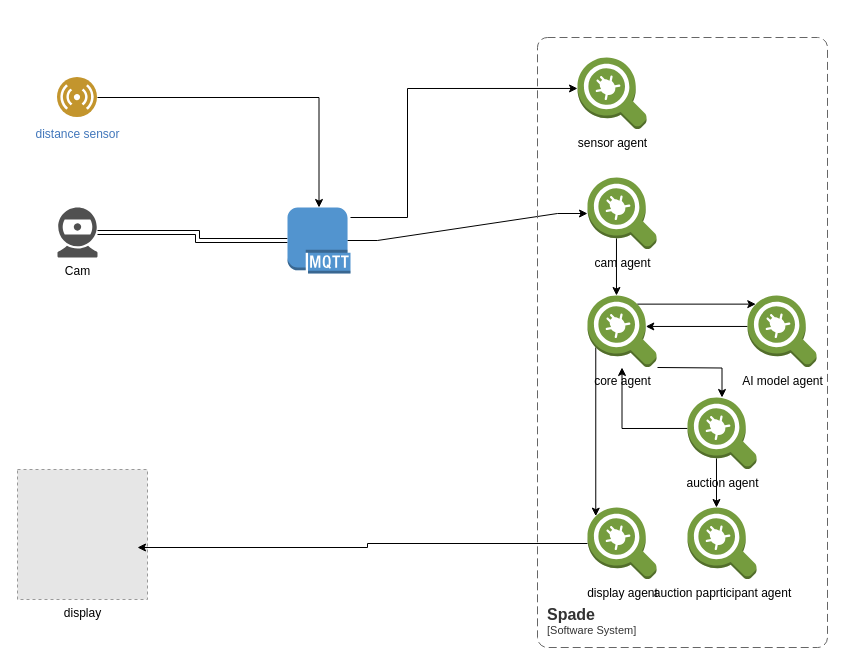
Earlier version of the draw.io diagram indoormedia.drawio (Summorox/Indoor-Media-Advertisements-through-Facial-Recognition-). Source tidied: cells renumbered, new cells numbered last; positions are measured from the earlier drawing's top-left corner, leaving out a move shared by most shapes. Both pictures are drawn from the tidied source at 100%, with x=0, y=0 at pixel (17, 37). Pictures stored in the file or linked from it are replaced by grey dashed boxes.
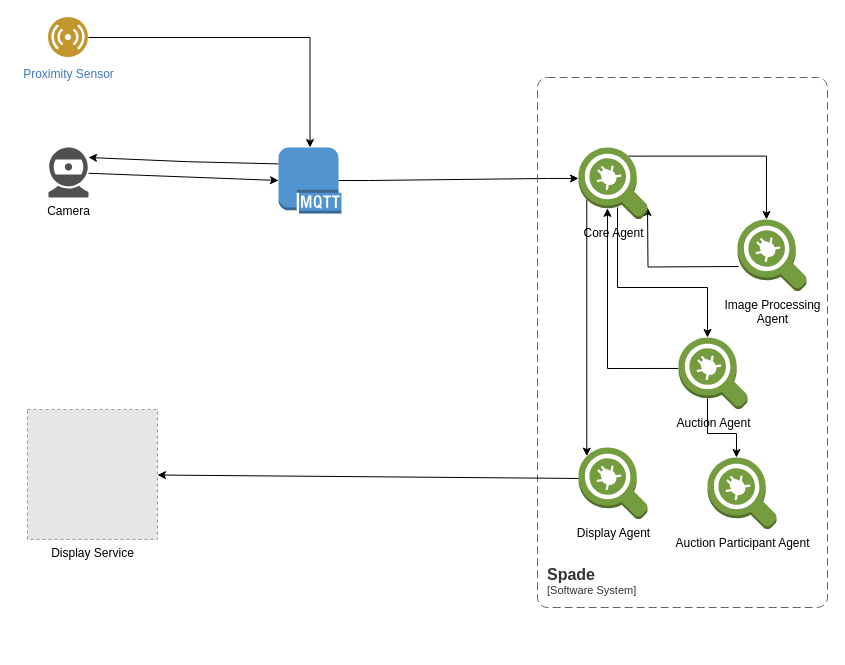
After the change.

Diff of the diagram source:
```diff
@@
-    <mxCell id="2" style="edgeStyle=orthogonalEdgeStyle;rounded=0;jettySize=auto;html=1;shape=link;" parent="1" edge="1" source="3" target="21">
-      <mxGeometry relative="1" as="geometry">
-        <Array as="points">
-          <mxPoint x="180" y="195" />
-          <mxPoint x="180" y="203" />
-        </Array>
-      </mxGeometry>
-    </mxCell>
-    <mxCell id="3" value="Cam" style="sketch=0;shadow=0;dashed=0;html=1;strokeColor=none;fillColor=#505050;labelPosition=center;verticalLabelPosition=bottom;verticalAlign=top;outlineConnect=0;align=center;shape=mxgraph.office.devices.webcam;" parent="1" vertex="1">
-      <mxGeometry x="40" y="170" width="40" height="50" as="geometry" />
+    <mxCell id="3" value="Camera" style="sketch=0;shadow=0;dashed=0;html=1;strokeColor=none;fillColor=#505050;labelPosition=center;verticalLabelPosition=bottom;verticalAlign=top;outlineConnect=0;align=center;shape=mxgraph.office.devices.webcam;" parent="1" vertex="1">
+      <mxGeometry x="31" y="110" width="40" height="50" as="geometry" />
     </mxCell>
-    <mxCell id="4" style="edgeStyle=entityRelationEdgeStyle;rounded=0;jettySize=auto;html=1;strokeColor=default;exitX=0.95;exitY=0.5;exitDx=0;exitDy=0;exitPerimeter=0;" parent="1" edge="1" source="21" target="10">
+    <mxCell id="4" style="edgeStyle=entityRelationEdgeStyle;rounded=0;jettySize=auto;html=1;strokeColor=default;exitX=0.95;exitY=0.5;exitDx=0;exitDy=0;exitPerimeter=0;entryX=0;entryY=0.43;entryDx=0;entryDy=0;entryPerimeter=0;" parent="1" edge="1" source="21" target="19">
       <mxGeometry relative="1" as="geometry" />
     </mxCell>
@@
-    <mxCell id="6" value="distance sensor" style="image;perimeter=ellipsePerimeter;html=1;align=center;shadow=0;dashed=0;fontColor=#4277BB;labelBackgroundColor=default;fontSize=12;spacingTop=3;image=img/lib/ibm/users/sensor.svg;" parent="1" vertex="1">
-      <mxGeometry x="40" y="40" width="40" height="40" as="geometry" />
+    <mxCell id="6" value="Proximity Sensor" style="image;perimeter=ellipsePerimeter;html=1;align=center;shadow=0;dashed=0;fontColor=#4277BB;labelBackgroundColor=default;fontSize=12;spacingTop=3;image=img/lib/ibm/users/sensor.svg;" parent="1" vertex="1">
+      <mxGeometry x="31" y="-20" width="40" height="40" as="geometry" />
     </mxCell>
-    <mxCell id="7" value="display" style="fillColor=#E6E6E6;strokeColor=#999999;dashed=1;html=1;verticalAlign=top;verticalLabelPosition=bottom;labelBackgroundColor=#ffffff;" parent="1" vertex="1">
-      <mxGeometry y="432" width="130" height="130" as="geometry" />
+    <mxCell id="7" value="Display Service" style="fillColor=#E6E6E6;strokeColor=#999999;dashed=1;html=1;verticalAlign=top;verticalLabelPosition=bottom;labelBackgroundColor=#ffffff;" parent="1" vertex="1">
+      <mxGeometry x="10" y="372" width="130" height="130" as="geometry" />
     </mxCell>
-    <mxCell id="8" value="&lt;div&gt;sensor agent&lt;/div&gt;" style="outlineConnect=0;dashed=0;verticalLabelPosition=bottom;verticalAlign=top;align=center;html=1;shape=mxgraph.aws3.agent;fillColor=#759C3E;gradientColor=none;" parent="1" vertex="1">
-      <mxGeometry x="560" y="20" width="69" height="72" as="geometry" />
-    </mxCell>
-    <mxCell id="9" style="edgeStyle=orthogonalEdgeStyle;rounded=0;jettySize=auto;html=1;exitX=0.42;exitY=0.845;exitDx=0;exitDy=0;exitPerimeter=0;entryX=0.42;entryY=0;entryDx=0;entryDy=0;entryPerimeter=0;" parent="1" edge="1" source="10" target="19">
-      <mxGeometry relative="1" as="geometry" />
-    </mxCell>
-    <mxCell id="10" value="cam agent" style="outlineConnect=0;dashed=0;verticalLabelPosition=bottom;verticalAlign=top;align=center;html=1;shape=mxgraph.aws3.agent;fillColor=#759C3E;gradientColor=none;" parent="1" vertex="1">
-      <mxGeometry x="570" y="140" width="69" height="72" as="geometry" />
-    </mxCell>
-    <mxCell id="11" style="edgeStyle=orthogonalEdgeStyle;rounded=0;jettySize=auto;html=1;exitX=0;exitY=0.43;exitDx=0;exitDy=0;exitPerimeter=0;entryX=0.845;entryY=0.43;entryDx=0;entryDy=0;entryPerimeter=0;" parent="1" edge="1" source="12" target="19">
-      <mxGeometry relative="1" as="geometry" />
+    <mxCell id="11" style="edgeStyle=orthogonalEdgeStyle;rounded=0;orthogonalLoop=1;jettySize=auto;html=1;exitX=0;exitY=0.43;exitDx=0;exitDy=0;exitPerimeter=0;" parent="1" edge="1">
+      <mxGeometry relative="1" as="geometry">
+        <mxPoint x="721" y="229" as="sourcePoint" />
+        <mxPoint x="630" y="170" as="targetPoint" />
+      </mxGeometry>
     </mxCell>
-    <mxCell id="12" value="&lt;div&gt;AI model agent&lt;/div&gt;&lt;div&gt;&lt;br&gt;&lt;/div&gt;" style="outlineConnect=0;dashed=0;verticalLabelPosition=bottom;verticalAlign=top;align=center;html=1;shape=mxgraph.aws3.agent;fillColor=#759C3E;gradientColor=none;" parent="1" vertex="1">
-      <mxGeometry x="730" y="258" width="69" height="72" as="geometry" />
+    <mxCell id="12" value="&lt;div&gt;Image Processing &lt;br&gt;Agent&lt;/div&gt;&lt;div&gt;&lt;br&gt;&lt;/div&gt;" style="outlineConnect=0;dashed=0;verticalLabelPosition=bottom;verticalAlign=top;align=center;html=1;shape=mxgraph.aws3.agent;fillColor=#759C3E;gradientColor=none;" parent="1" vertex="1">
+      <mxGeometry x="720" y="182" width="69" height="72" as="geometry" />
     </mxCell>
-    <mxCell id="13" style="edgeStyle=orthogonalEdgeStyle;rounded=0;jettySize=auto;html=1;entryX=0.923;entryY=0.6;entryDx=0;entryDy=0;entryPerimeter=0;" parent="1" edge="1" source="14" target="7">
-      <mxGeometry relative="1" as="geometry" />
-    </mxCell>
-    <mxCell id="14" value="&lt;div&gt;display agent&lt;/div&gt;" style="outlineConnect=0;dashed=0;verticalLabelPosition=bottom;verticalAlign=top;align=center;html=1;shape=mxgraph.aws3.agent;fillColor=#759C3E;gradientColor=none;" parent="1" vertex="1">
-      <mxGeometry x="570" y="470" width="69" height="72" as="geometry" />
+    <mxCell id="14" value="&lt;div&gt;Display Agent&lt;/div&gt;" style="outlineConnect=0;dashed=0;verticalLabelPosition=bottom;verticalAlign=top;align=center;html=1;shape=mxgraph.aws3.agent;fillColor=#759C3E;gradientColor=none;" parent="1" vertex="1">
+      <mxGeometry x="561" y="410" width="69" height="72" as="geometry" />
     </mxCell>
     <object id="15" label="&lt;font style=&quot;font-size: 16px&quot;&gt;&lt;b&gt;&lt;div style=&quot;text-align: left&quot;&gt;%c4Name%&lt;/div&gt;&lt;/b&gt;&lt;/font&gt;&lt;div style=&quot;text-align: left&quot;&gt;[%c4Application%]&lt;/div&gt;" c4Application="Software System" c4Name="Spade" placeholders="1">
       <mxCell style="rounded=1;fontSize=11;whiteSpace=wrap;html=1;dashed=1;arcSize=20;fillColor=none;strokeColor=#666666;fontColor=#333333;labelBackgroundColor=none;align=left;verticalAlign=bottom;labelBorderColor=none;spacingTop=0;spacing=10;dashPattern=8 4;perimeter=rectanglePerimeter;noLabel=0;labelPadding=0;absoluteArcSize=1;" parent="1" vertex="1">
-        <mxGeometry x="520" width="290" height="610" as="geometry" />
+        <mxGeometry x="520" y="40" width="290" height="530" as="geometry" />
       </mxCell>
     </object>
-    <mxCell id="16" style="edgeStyle=orthogonalEdgeStyle;rounded=0;jettySize=auto;html=1;" parent="1" edge="1" target="24">
+    <mxCell id="16" style="edgeStyle=orthogonalEdgeStyle;rounded=0;orthogonalLoop=1;jettySize=auto;html=1;" parent="1" edge="1">
       <mxGeometry relative="1" as="geometry">
-        <mxPoint x="640" y="330" as="sourcePoint" />
+        <mxPoint x="600" y="170" as="sourcePoint" />
+        <mxPoint x="690" y="300" as="targetPoint" />
+        <Array as="points">
+          <mxPoint x="600" y="250" />
+          <mxPoint x="690" y="250" />
+        </Array>
       </mxGeometry>
     </mxCell>
-    <mxCell id="17" style="edgeStyle=orthogonalEdgeStyle;rounded=0;jettySize=auto;html=1;exitX=0.72;exitY=0.12;exitDx=0;exitDy=0;exitPerimeter=0;entryX=0.12;entryY=0.12;entryDx=0;entryDy=0;entryPerimeter=0;" parent="1" edge="1" source="19" target="12">
+    <mxCell id="17" style="edgeStyle=orthogonalEdgeStyle;rounded=0;jettySize=auto;html=1;exitX=0.72;exitY=0.12;exitDx=0;exitDy=0;exitPerimeter=0;entryX=0.42;entryY=0;entryDx=0;entryDy=0;entryPerimeter=0;" parent="1" edge="1" source="19" target="12">
       <mxGeometry relative="1" as="geometry" />
     </mxCell>
@@
-    <mxCell id="19" value="core agent" style="outlineConnect=0;dashed=0;verticalLabelPosition=bottom;verticalAlign=top;align=center;html=1;shape=mxgraph.aws3.agent;fillColor=#759C3E;gradientColor=none;" parent="1" vertex="1">
-      <mxGeometry x="570" y="258" width="69" height="72" as="geometry" />
+    <mxCell id="19" value="Core Agent" style="outlineConnect=0;dashed=0;verticalLabelPosition=bottom;verticalAlign=top;align=center;html=1;shape=mxgraph.aws3.agent;fillColor=#759C3E;gradientColor=none;" parent="1" vertex="1">
+      <mxGeometry x="561" y="110" width="69" height="72" as="geometry" />
     </mxCell>
-    <mxCell id="20" style="edgeStyle=orthogonalEdgeStyle;rounded=0;jettySize=auto;html=1;entryX=0;entryY=0.43;entryDx=0;entryDy=0;entryPerimeter=0;" parent="1" edge="1" source="21" target="8">
-      <mxGeometry relative="1" as="geometry">
-        <Array as="points">
-          <mxPoint x="390" y="180" />
-          <mxPoint x="390" y="51" />
-        </Array>
-      </mxGeometry>
-    </mxCell>
     <mxCell id="21" style="outlineConnect=0;dashed=0;verticalLabelPosition=bottom;verticalAlign=top;align=center;html=1;shape=mxgraph.aws3.mqtt_protocol;fillColor=#5294CF;gradientColor=none;" parent="1" vertex="1">
-      <mxGeometry x="270" y="170" width="63" height="66" as="geometry" />
+      <mxGeometry x="261" y="110" width="63" height="66" as="geometry" />
     </mxCell>
-    <mxCell id="22" style="edgeStyle=orthogonalEdgeStyle;rounded=0;jettySize=auto;html=1;exitX=0;exitY=0.43;exitDx=0;exitDy=0;exitPerimeter=0;" parent="1" edge="1" source="24" target="19">
+    <mxCell id="22" style="edgeStyle=orthogonalEdgeStyle;rounded=0;jettySize=auto;html=1;exitX=0;exitY=0.43;exitDx=0;exitDy=0;exitPerimeter=0;entryX=0.42;entryY=0.845;entryDx=0;entryDy=0;entryPerimeter=0;" parent="1" edge="1" source="24" target="19">
       <mxGeometry relative="1" as="geometry" />
     </mxCell>
@@
-    <mxCell id="24" value="auction agent" style="outlineConnect=0;dashed=0;verticalLabelPosition=bottom;verticalAlign=top;align=center;html=1;shape=mxgraph.aws3.agent;fillColor=#759C3E;gradientColor=none;" parent="1" vertex="1">
-      <mxGeometry x="670" y="360" width="69" height="72" as="geometry" />
+    <mxCell id="24" value="Auction Agent" style="outlineConnect=0;dashed=0;verticalLabelPosition=bottom;verticalAlign=top;align=center;html=1;shape=mxgraph.aws3.agent;fillColor=#759C3E;gradientColor=none;" parent="1" vertex="1">
+      <mxGeometry x="661" y="300" width="69" height="72" as="geometry" />
     </mxCell>
-    <mxCell id="25" value="auction paprticipant agent" style="outlineConnect=0;dashed=0;verticalLabelPosition=bottom;verticalAlign=top;align=center;html=1;shape=mxgraph.aws3.agent;fillColor=#759C3E;gradientColor=none;" parent="1" vertex="1">
-      <mxGeometry x="670" y="470" width="69" height="72" as="geometry" />
+    <mxCell id="25" value="Auction Participant Agent" style="outlineConnect=0;dashed=0;verticalLabelPosition=bottom;verticalAlign=top;align=center;html=1;shape=mxgraph.aws3.agent;fillColor=#759C3E;gradientColor=none;" parent="1" vertex="1">
+      <mxGeometry x="690" y="420" width="69" height="72" as="geometry" />
     </mxCell>
+    <mxCell id="26" style="endArrow=classic;html=1;rounded=0;" parent="1" edge="1">
+      <mxGeometry relative="1" as="geometry">
+        <mxPoint x="261" y="126.4" as="sourcePoint" />
+        <mxPoint x="71" y="120" as="targetPoint" />
+        <Array as="points">
+          <mxPoint x="170" y="124.2" />
+        </Array>
+      </mxGeometry>
+    </mxCell>
+    <mxCell id="2" style="endArrow=classic;html=1;rounded=0;entryX=0;entryY=0.5;entryDx=0;entryDy=0;entryPerimeter=0;" parent="1" edge="1" source="3" target="21">
+      <mxGeometry relative="1" as="geometry" />
+    </mxCell>
+    <mxCell id="13" style="endArrow=classic;html=1;rounded=0;exitX=0;exitY=0.43;exitDx=0;exitDy=0;exitPerimeter=0;" parent="1" edge="1" source="14" target="7">
+      <mxGeometry relative="1" as="geometry" />
+    </mxCell>
```
